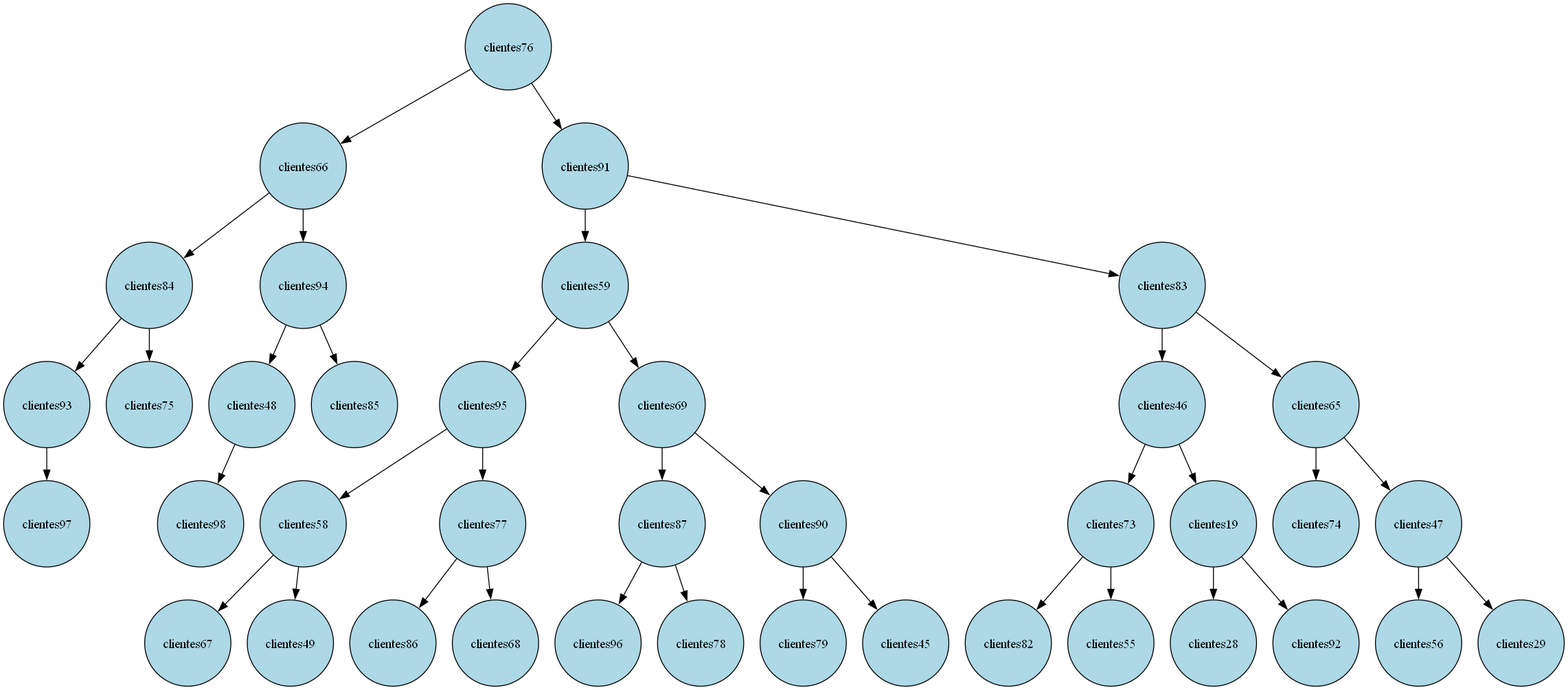
Above: Campos.png in Gerardo-Mantanico/Sistema-de-gestion-de-contactos (Graphviz), before the change. Its source is kept beside it as Campos.dot.
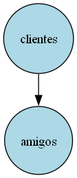
Above is the later version.

Change to the diagram source:
```diff
@@ -1,81 +1,7 @@
 digraph G {
     node [shape=circle, style=filled, fillcolor=lightblue, fontcolor=black]; // Configuración de nodos
 
-    14 [label="clientes76"];
-    14 -> 5;
-    5 [label="clientes66"];
-    5 -> 3;
-    3 [label="clientes84"];
-    3 -> 2;
-    2 [label="clientes93"];
-    2 -> 0;
-    0 [label="clientes97"];
-    3 -> 4;
-    4 [label="clientes75"];
-    5 -> 12;
-    12 [label="clientes94"];
-    12 -> 7;
-    7 [label="clientes48"];
-    7 -> 8;
-    8 [label="clientes98"];
-    12 -> 13;
-    13 [label="clientes85"];
-    14 -> 59;
-    59 [label="clientes91"];
-    59 -> 26;
-    26 [label="clientes59"];
-    26 -> 22;
-    22 [label="clientes95"];
-    22 -> 16;
-    16 [label="clientes58"];
-    16 -> 15;
-    15 [label="clientes67"];
-    16 -> 17;
-    17 [label="clientes49"];
-    22 -> 24;
-    24 [label="clientes77"];
-    24 -> 23;
-    23 [label="clientes86"];
-    24 -> 25;
-    25 [label="clientes68"];
-    26 -> 35;
-    35 [label="clientes69"];
-    35 -> 33;
-    33 [label="clientes87"];
-    33 -> 32;
-    32 [label="clientes96"];
-    33 -> 34;
-    34 [label="clientes78"];
-    35 -> 49;
-    49 [label="clientes90"];
-    49 -> 44;
-    44 [label="clientes79"];
-    49 -> 54;
-    54 [label="clientes45"];
-    59 -> 70;
-    70 [label="clientes83"];
-    70 -> 64;
-    64 [label="clientes46"];
-    64 -> 61;
-    61 [label="clientes73"];
-    61 -> 60;
-    60 [label="clientes82"];
-    61 -> 63;
-    63 [label="clientes55"];
-    64 -> 67;
-    67 [label="clientes19"];
-    67 -> 66;
-    66 [label="clientes28"];
-    67 -> 69;
-    69 [label="clientes92"];
-    70 -> 72;
-    72 [label="clientes65"];
-    72 -> 71;
-    71 [label="clientes74"];
-    72 -> 74;
-    74 [label="clientes47"];
-    74 -> 73;
-    73 [label="clientes56"];
-    74 -> 76;
-    76 [label="clientes29"];
+    2 [label="clientes"];
+    2 -> 10;
+    10 [label="amigos"];
 }
```
